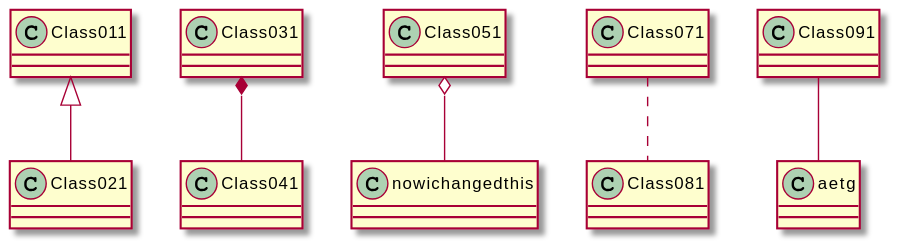
Before: meilenstein_03/sub/pumltest2.svg, a diagram exported from PlantUML (weichware10/meilensteine).
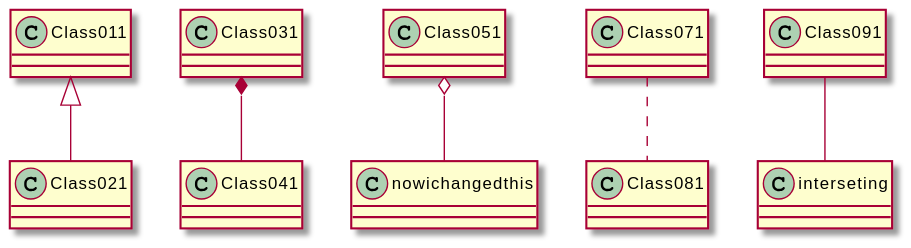
After the change.

Commit message:
Render PlantUML SVGs

Change to the diagram source:
```diff
@@ -3,5 +3,5 @@
 Class031 *-- Class041
 Class051 o-- nowichangedthis
 Class071 .. Class081
-Class091 -- aetg
+Class091 -- interseting
 @enduml
```
